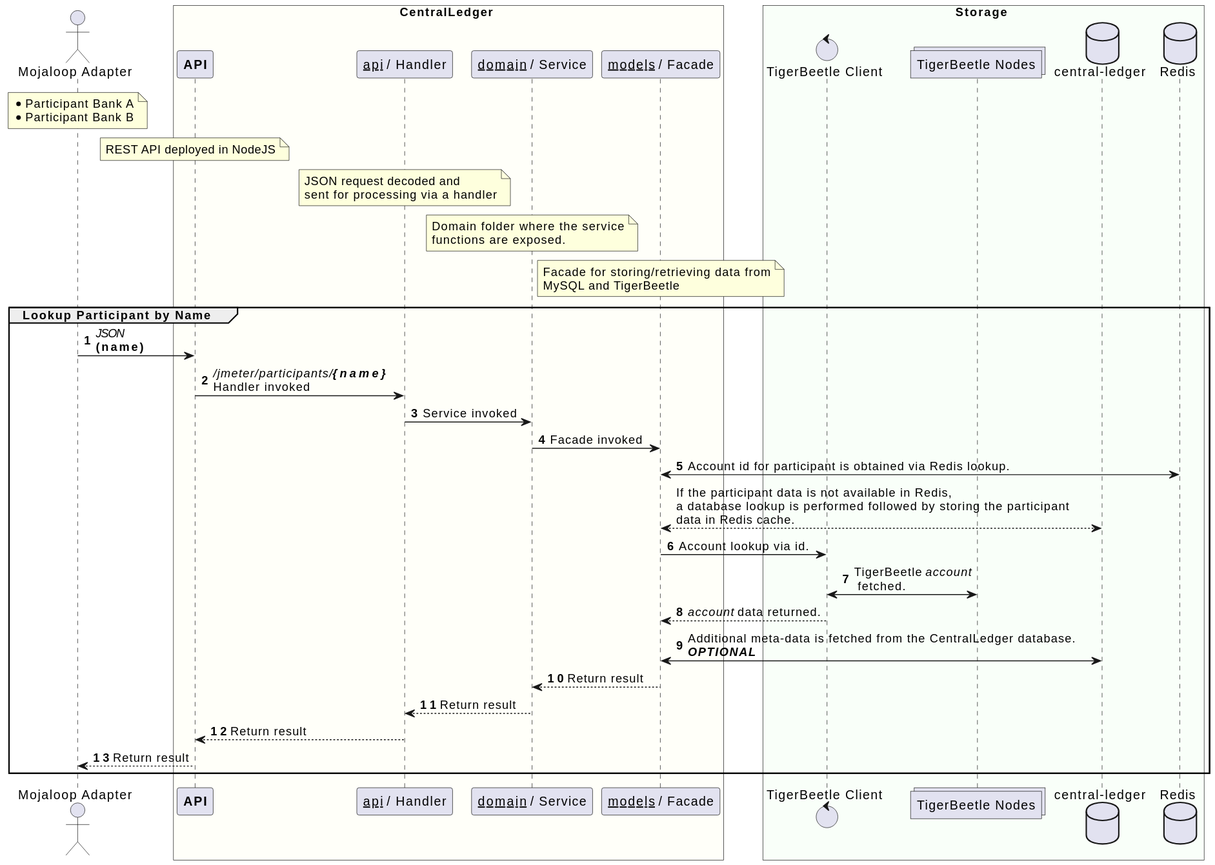
Earlier version of the PlantUML export solution_design/sequence-participant-tb-enabled-lookup.svg (coilhq/mucoa).
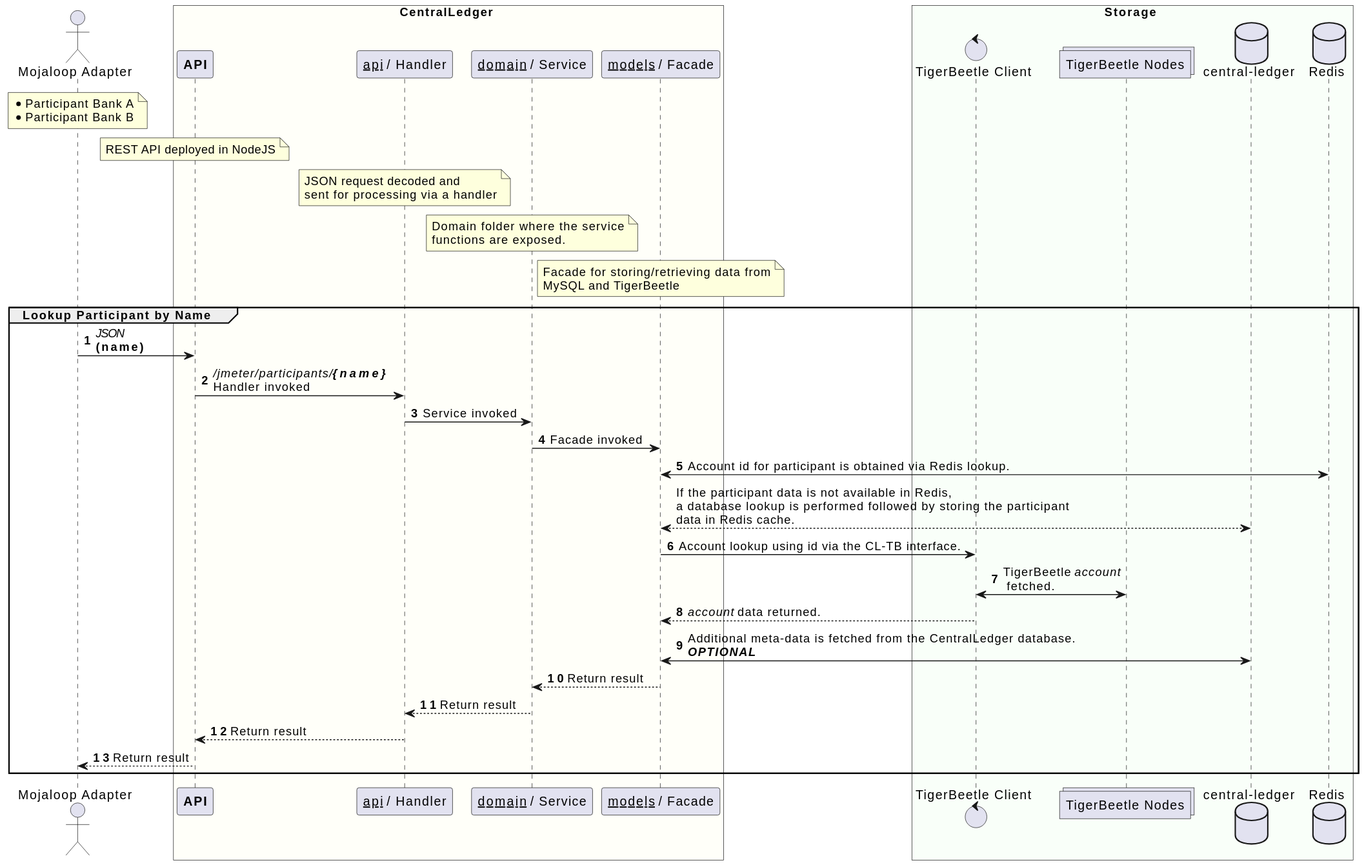
The same file after the commit.

Commit message:
Update diagrams for TB/CL interface.

The edit, as a diff of the source:
```diff
@@ -49,7 +49,7 @@
     autonumber stop
     cl_facade <--> cl_db : If the participant data is not available in Redis, \na database lookup is performed followed by storing the participant\ndata in Redis cache.
     autonumber resume
-    cl_facade -> tb_client : Account lookup via id.
+    cl_facade -> tb_client : Account lookup using id via the CL-TB interface.
     tb_client <-> tb_nodes : TigerBeetle //account//\n fetched.
     tb_client --> cl_facade : //account// data returned.
     cl_facade <-> cl_db : Additional meta-data is fetched from the CentralLedger database.\n**//OPTIONAL//**
```
